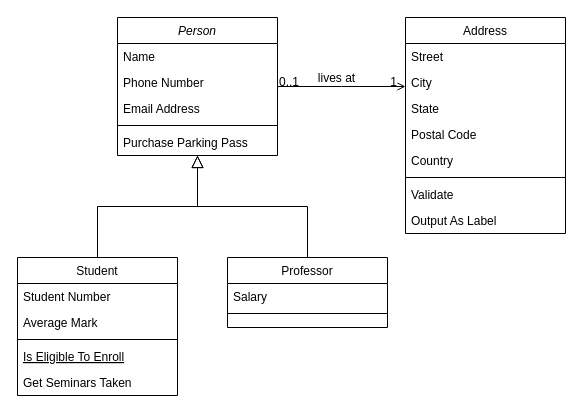
This is 射击.drawio from WilsomLi/GameUML, a draw.io file, before an edit. Source tidied: cells renumbered, new cells numbered last; positions are measured from the earlier drawing's top-left corner, leaving out a move shared by most shapes. Both pictures are drawn from the tidied source at 100%, with x=0, y=0 at pixel (17, 17).
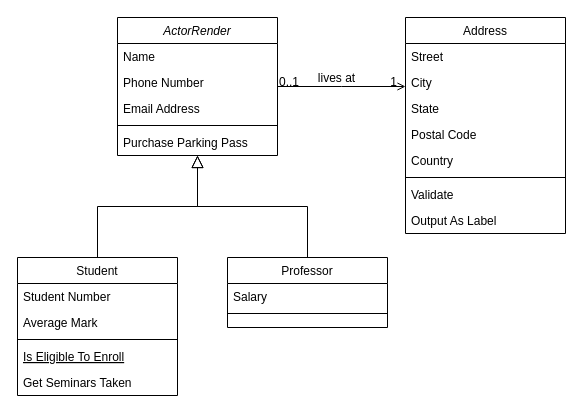
The same page after the edit.

The edit, as a diff of the source:
```diff
@@
-    <mxCell id="2" value="Person" style="swimlane;fontStyle=2;align=center;verticalAlign=top;horizontal=1;startSize=26;rounded=0;shadow=0;strokeWidth=1;" parent="1" vertex="1">
+    <mxCell id="2" value="ActorRender" style="swimlane;fontStyle=2;align=center;verticalAlign=top;horizontal=1;startSize=26;rounded=0;shadow=0;strokeWidth=1;" parent="1" vertex="1">
       <mxGeometry x="100" width="160" height="138" as="geometry" />
     </mxCell>
```
